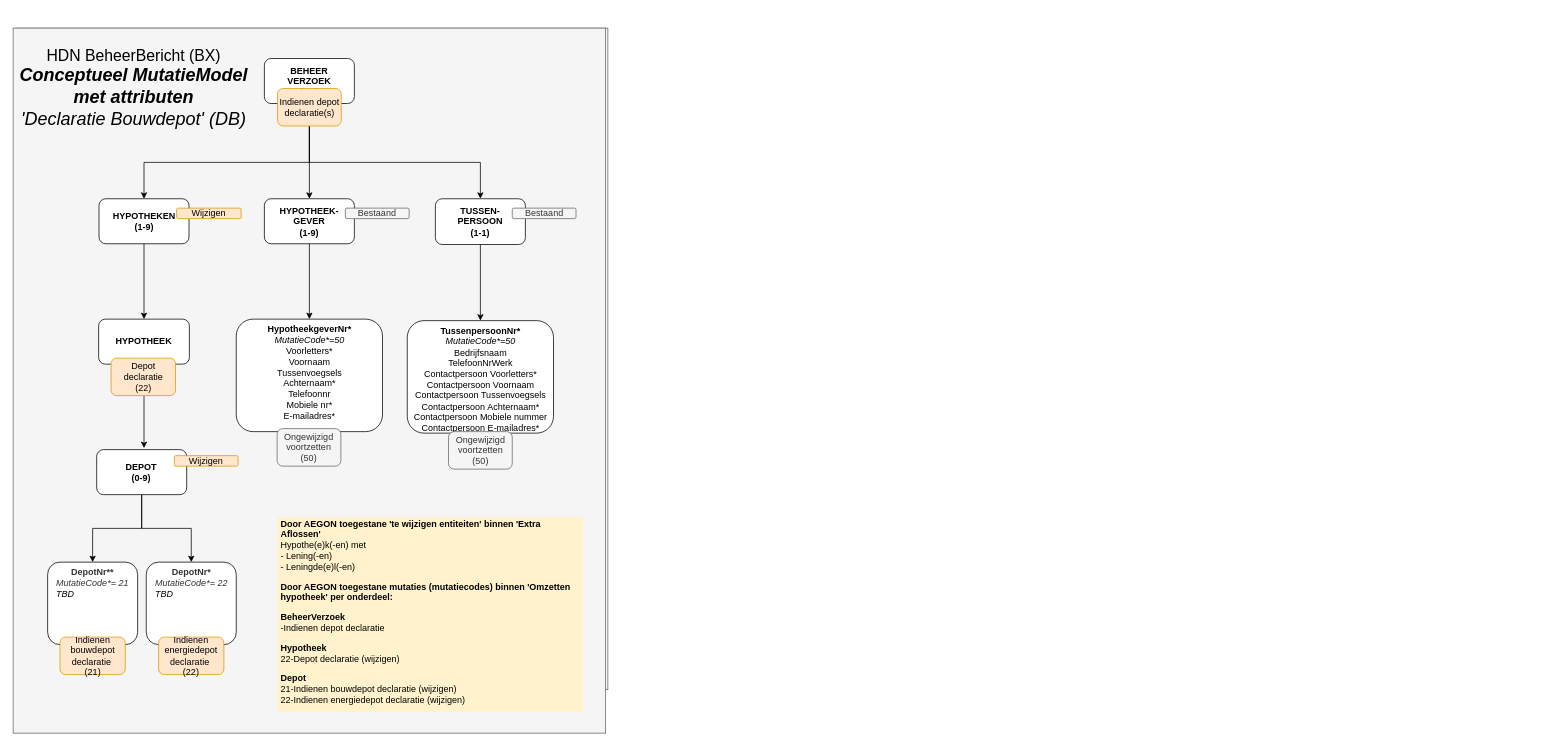
This is page "MutatieModel DB met attributen" (4 of 4) of HDN_BX_MM_BouwdepotDeclaratie.drawio from luchthandel/diagrams, a draw.io file, before an edit. Source tidied: cells renumbered, new cells numbered last; positions are measured from the earlier drawing's top-left corner, leaving out a move shared by most shapes. Both pictures are drawn from the tidied source at 75%, with x=0, y=0 at pixel (13, 28).
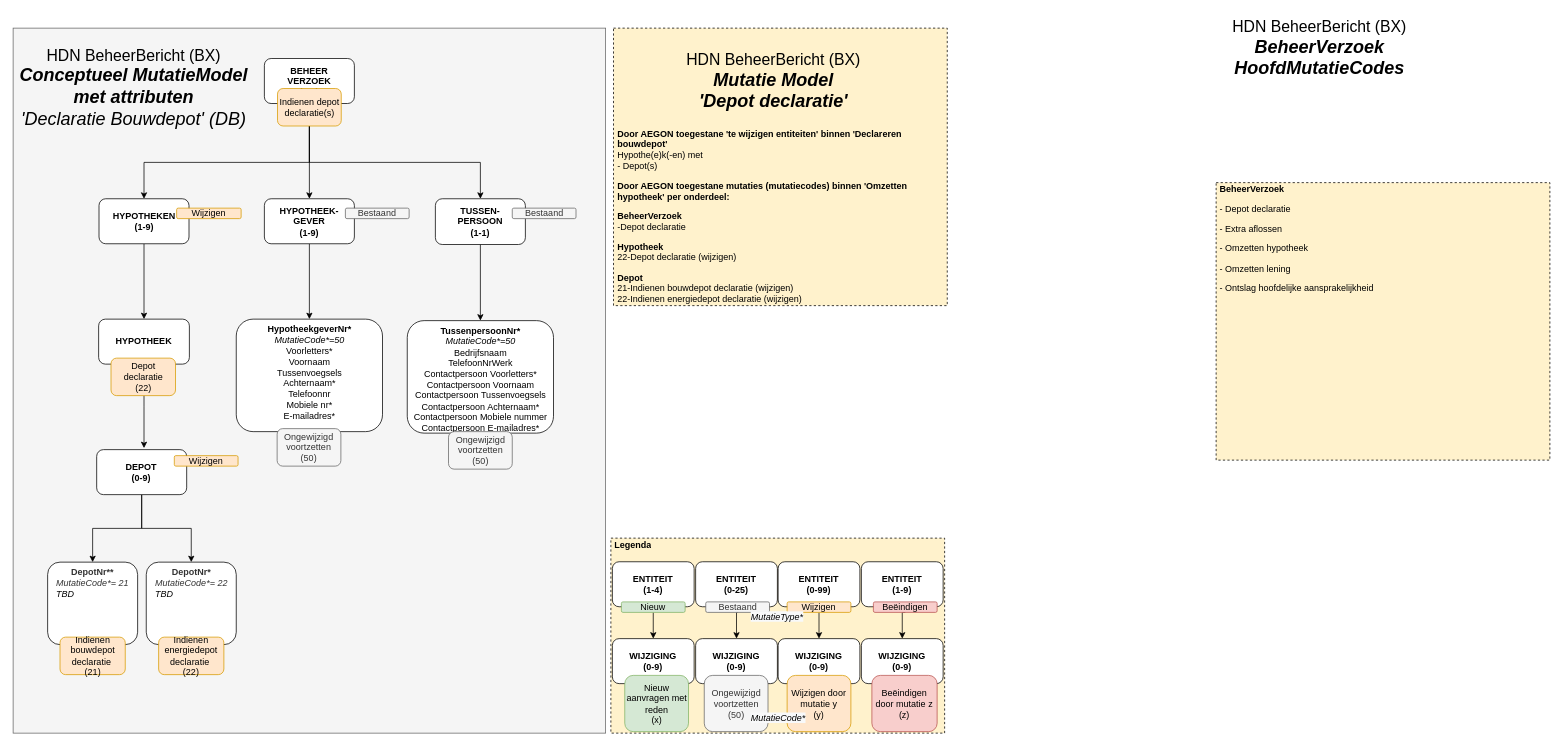
The same page after the edit.

Diff of the diagram source:
```diff
@@
-    <mxCell id="2" style="rounded=0;whiteSpace=wrap;html=1;fillColor=#f5f5f5;strokeColor=#666666;fontColor=#333333;labelBackgroundColor=none;" parent="1" vertex="1">
-      <mxGeometry x="3" width="790" height="882" as="geometry" />
-    </mxCell>
@@
-    <mxCell id="34" value="&lt;p&gt;&lt;b&gt;Door AEGON toegestane 'te wijzigen entiteiten' binnen 'Extra Aflossen'&lt;br&gt;&lt;/b&gt;Hypothe(e)k(-en) met&lt;br&gt;- Lening(-en)&lt;br&gt;- Leningde(e)l(-en)&lt;/p&gt;&lt;p&gt;&lt;b&gt;Door AEGON toegestane mutaties (mutatiecodes) binnen 'Omzetten hypotheek' per onderdeel:&lt;/b&gt;&lt;/p&gt;&lt;p&gt;&lt;b&gt;BeheerVerzoek&lt;br&gt;&lt;/b&gt;-Indienen depot declaratie&lt;/p&gt;&lt;p&gt;&lt;b&gt;Hypotheek&lt;br&gt;&lt;/b&gt;22-Depot declaratie (wijzigen)&lt;/p&gt;&lt;p&gt;&lt;b&gt;Depot&lt;br&gt;&lt;/b&gt;21-Indienen bouwdepot declaratie (wijzigen)&lt;br&gt;22-Indienen energiedepot declaratie (wijzigen)&lt;/p&gt;" style="text;html=1;fillColor=#fff2cc;spacing=5;spacingTop=-20;whiteSpace=wrap;overflow=hidden;rounded=0;verticalAlign=top;" parent="1" vertex="1">
-      <mxGeometry x="352" y="652" width="408" height="260" as="geometry" />
-    </mxCell>
@@
+    <mxCell id="36" value="&lt;p&gt;&lt;/p&gt;&lt;p&gt;&lt;b&gt;&lt;br&gt;&lt;/b&gt;&lt;/p&gt;&lt;p&gt;&lt;b&gt;&lt;br&gt;&lt;/b&gt;&lt;/p&gt;&lt;p&gt;&lt;b&gt;&lt;br&gt;&lt;/b&gt;&lt;/p&gt;&lt;p&gt;&lt;b&gt;&lt;br&gt;&lt;/b&gt;&lt;/p&gt;&lt;p&gt;&lt;b&gt;&lt;br&gt;&lt;/b&gt;&lt;/p&gt;&lt;p&gt;&lt;b&gt;Door AEGON toegestane 'te wijzigen entiteiten' binnen 'Declareren bouwdepot'&lt;br&gt;&lt;/b&gt;Hypothe(e)k(-en) met&lt;br&gt;- Depot(s)&lt;/p&gt;&lt;p&gt;&lt;b&gt;Door AEGON toegestane mutaties (mutatiecodes) binnen 'Omzetten hypotheek' per onderdeel:&lt;/b&gt;&lt;/p&gt;&lt;p&gt;&lt;b&gt;BeheerVerzoek&lt;br&gt;&lt;/b&gt;-Depot declaratie&lt;/p&gt;&lt;p&gt;&lt;b&gt;Hypotheek&lt;br&gt;&lt;/b&gt;22-Depot declaratie (wijzigen)&lt;/p&gt;&lt;p&gt;&lt;b&gt;Depot&lt;br&gt;&lt;/b&gt;21-Indienen bouwdepot declaratie (wijzigen)&lt;br&gt;22-Indienen energiedepot declaratie (wijzigen)&lt;/p&gt;&lt;p&gt;&lt;/p&gt;" style="text;html=1;fillColor=#fff2cc;spacing=5;spacingTop=-20;whiteSpace=wrap;overflow=hidden;rounded=0;align=left;fontSize=12;verticalAlign=top;strokeColor=#000000;dashed=1;" parent="1" vertex="1">
+      <mxGeometry x="800.5" width="445" height="370" as="geometry" />
+    </mxCell>
+    <mxCell id="37" value="&lt;font style=&quot;font-size: 21px&quot;&gt;HDN BeheerBericht (BX)&lt;br&gt;&lt;/font&gt;&lt;span style=&quot;font-size: 24px&quot;&gt;&lt;b&gt;&lt;i&gt;Mutatie Model&lt;br&gt;'Depot declaratie'&lt;br&gt;&lt;/i&gt;&lt;/b&gt;&lt;/span&gt;" style="text;html=1;strokeColor=none;fillColor=none;align=center;verticalAlign=middle;whiteSpace=wrap;rounded=0;" parent="1" vertex="1">
+      <mxGeometry x="845" y="24" width="338" height="93" as="geometry" />
+    </mxCell>
+    <mxCell id="38" value="&lt;p style=&quot;font-size: 12px&quot;&gt;&lt;b&gt;Legenda&lt;/b&gt;&lt;/p&gt;&lt;p&gt;&lt;/p&gt;" style="text;html=1;fillColor=#fff2cc;spacing=5;spacingTop=-20;whiteSpace=wrap;overflow=hidden;rounded=0;align=left;fontSize=12;verticalAlign=top;strokeColor=#000000;dashed=1;" parent="1" vertex="1">
+      <mxGeometry x="797" y="680" width="445" height="260" as="geometry" />
+    </mxCell>
+    <mxCell id="39" value="ENTITEIT&lt;br&gt;(1-4)" style="rounded=1;whiteSpace=wrap;html=1;fontStyle=1;" parent="1" vertex="1">
+      <mxGeometry x="799" y="711.5" width="109" height="60" as="geometry" />
+    </mxCell>
+    <mxCell id="40" style="edgeStyle=orthogonalEdgeStyle;rounded=0;jettySize=auto;html=1;exitX=0.5;exitY=1;exitDx=0;exitDy=0;entryX=0.5;entryY=0;entryDx=0;entryDy=0;" parent="1" edge="1" source="41" target="45">
+      <mxGeometry relative="1" as="geometry" />
+    </mxCell>
+    <mxCell id="41" value="&lt;span style=&quot;font-weight: 400&quot;&gt;Nieuw&lt;/span&gt;" style="rounded=1;whiteSpace=wrap;html=1;fontStyle=1;fillColor=#d5e8d4;strokeColor=#82b366;" parent="1" vertex="1">
+      <mxGeometry x="811" y="765" width="85" height="14" as="geometry" />
+    </mxCell>
+    <mxCell id="42" value="ENTITEIT&lt;br&gt;(0-25)" style="rounded=1;whiteSpace=wrap;html=1;fontStyle=1;" parent="1" vertex="1">
+      <mxGeometry x="910" y="711.5" width="109" height="60" as="geometry" />
+    </mxCell>
+    <mxCell id="43" value="ENTITEIT&lt;br&gt;(0-99)" style="rounded=1;whiteSpace=wrap;html=1;fontStyle=1;" parent="1" vertex="1">
+      <mxGeometry x="1020" y="711.5" width="109" height="60" as="geometry" />
+    </mxCell>
+    <mxCell id="44" value="ENTITEIT&lt;br&gt;(1-9)" style="rounded=1;whiteSpace=wrap;html=1;fontStyle=1;" parent="1" vertex="1">
+      <mxGeometry x="1131" y="711.5" width="109" height="60" as="geometry" />
+    </mxCell>
+    <mxCell id="45" value="WIJZIGING&lt;br&gt;(0-9)" style="rounded=1;whiteSpace=wrap;html=1;fontStyle=1;" parent="1" vertex="1">
+      <mxGeometry x="799" y="814" width="109" height="60" as="geometry" />
+    </mxCell>
+    <mxCell id="46" value="WIJZIGING&lt;br&gt;(0-9)" style="rounded=1;whiteSpace=wrap;html=1;fontStyle=1;" parent="1" vertex="1">
+      <mxGeometry x="910" y="814" width="109" height="60" as="geometry" />
+    </mxCell>
+    <mxCell id="47" value="WIJZIGING&lt;br&gt;(0-9)" style="rounded=1;whiteSpace=wrap;html=1;fontStyle=1;" parent="1" vertex="1">
+      <mxGeometry x="1020" y="814" width="109" height="60" as="geometry" />
+    </mxCell>
+    <mxCell id="48" value="WIJZIGING&lt;br&gt;(0-9)" style="rounded=1;whiteSpace=wrap;html=1;fontStyle=1;" parent="1" vertex="1">
+      <mxGeometry x="1131" y="814" width="109" height="60" as="geometry" />
+    </mxCell>
+    <mxCell id="49" value="&lt;span style=&quot;font-weight: 400&quot;&gt;Ongewijzigd&lt;br&gt;voortzetten&lt;br&gt;(50)&lt;br&gt;&lt;/span&gt;" style="rounded=1;whiteSpace=wrap;html=1;fontStyle=1;fillColor=#f5f5f5;strokeColor=#666666;fontColor=#333333;" parent="1" vertex="1">
+      <mxGeometry x="921.5" y="863" width="85" height="75" as="geometry" />
+    </mxCell>
+    <mxCell id="50" value="&lt;span style=&quot;font-weight: 400&quot;&gt;Nieuw aanvragen met reden &lt;br&gt;(x)&lt;br&gt;&lt;/span&gt;" style="rounded=1;whiteSpace=wrap;html=1;fontStyle=1;fillColor=#d5e8d4;strokeColor=#82b366;" parent="1" vertex="1">
+      <mxGeometry x="815.5" y="863" width="85" height="75" as="geometry" />
+    </mxCell>
+    <mxCell id="51" value="&lt;span style=&quot;font-weight: 400&quot;&gt;Beëindigen door mutatie z&lt;br&gt;&lt;/span&gt;&lt;span style=&quot;font-weight: 400&quot;&gt;(z)&lt;br&gt;&lt;/span&gt;" style="rounded=1;whiteSpace=wrap;html=1;fontStyle=1;fillColor=#f8cecc;strokeColor=#b85450;" parent="1" vertex="1">
+      <mxGeometry x="1145" y="863" width="87" height="75" as="geometry" />
+    </mxCell>
+    <mxCell id="52" value="&lt;span style=&quot;font-weight: 400&quot;&gt;Wijzigen door mutatie y&lt;br&gt;(y)&lt;br&gt;&lt;/span&gt;" style="rounded=1;whiteSpace=wrap;html=1;fontStyle=1;fillColor=#ffe6cc;strokeColor=#d79b00;" parent="1" vertex="1">
+      <mxGeometry x="1032" y="863" width="85" height="75" as="geometry" />
+    </mxCell>
+    <mxCell id="53" style="edgeStyle=orthogonalEdgeStyle;rounded=0;jettySize=auto;html=1;exitX=0.5;exitY=1;exitDx=0;exitDy=0;entryX=0.5;entryY=0;entryDx=0;entryDy=0;" parent="1" edge="1" source="54" target="46">
+      <mxGeometry relative="1" as="geometry" />
+    </mxCell>
+    <mxCell id="54" value="&lt;span style=&quot;font-weight: 400&quot;&gt;Bestaand&lt;/span&gt;" style="rounded=1;whiteSpace=wrap;html=1;fontStyle=1;fillColor=#f5f5f5;strokeColor=#666666;fontColor=#333333;" parent="1" vertex="1">
+      <mxGeometry x="923.5" y="765" width="85" height="14" as="geometry" />
+    </mxCell>
+    <mxCell id="55" style="edgeStyle=orthogonalEdgeStyle;rounded=0;jettySize=auto;html=1;exitX=0.5;exitY=1;exitDx=0;exitDy=0;entryX=0.5;entryY=0;entryDx=0;entryDy=0;" parent="1" edge="1" source="56" target="47">
+      <mxGeometry relative="1" as="geometry" />
+    </mxCell>
+    <mxCell id="56" value="&lt;span style=&quot;font-weight: 400&quot;&gt;Wijzigen&lt;/span&gt;" style="rounded=1;whiteSpace=wrap;html=1;fontStyle=1;fillColor=#ffe6cc;strokeColor=#d79b00;" parent="1" vertex="1">
+      <mxGeometry x="1032" y="765" width="85" height="14" as="geometry" />
+    </mxCell>
+    <mxCell id="57" style="edgeStyle=orthogonalEdgeStyle;rounded=0;jettySize=auto;html=1;exitX=0.5;exitY=1;exitDx=0;exitDy=0;entryX=0.5;entryY=0;entryDx=0;entryDy=0;" parent="1" edge="1" source="58" target="48">
+      <mxGeometry relative="1" as="geometry" />
+    </mxCell>
+    <mxCell id="58" value="&lt;span style=&quot;font-weight: 400&quot;&gt;Beëindigen&lt;/span&gt;" style="rounded=1;whiteSpace=wrap;html=1;fontStyle=1;fillColor=#f8cecc;strokeColor=#b85450;" parent="1" vertex="1">
+      <mxGeometry x="1147" y="765" width="85" height="14" as="geometry" />
+    </mxCell>
+    <mxCell id="59" value="&lt;i style=&quot;color: rgb(0 , 0 , 0) ; font-family: &amp;#34;helvetica&amp;#34; ; font-size: 12px ; font-weight: 400 ; letter-spacing: normal ; text-align: right ; text-indent: 0px ; text-transform: none ; word-spacing: 0px ; background-color: rgb(248 , 249 , 250)&quot;&gt;MutatieType*&lt;br&gt;&lt;/i&gt;" style="text;whiteSpace=wrap;html=1;fontColor=#808080;" parent="1" vertex="1">
+      <mxGeometry x="982" y="770.5" width="87" height="28" as="geometry" />
+    </mxCell>
+    <mxCell id="60" value="&lt;i style=&quot;color: rgb(0 , 0 , 0) ; font-family: &amp;#34;helvetica&amp;#34; ; font-size: 12px ; font-weight: 400 ; letter-spacing: normal ; text-align: right ; text-indent: 0px ; text-transform: none ; word-spacing: 0px ; background-color: rgb(248 , 249 , 250)&quot;&gt;MutatieCode*&lt;br&gt;&lt;/i&gt;" style="text;whiteSpace=wrap;html=1;fontColor=#808080;" parent="1" vertex="1">
+      <mxGeometry x="982" y="906" width="87" height="28" as="geometry" />
+    </mxCell>
+    <mxCell id="61" value="&lt;p&gt;&lt;/p&gt;&lt;p&gt;&lt;b&gt;BeheerVerzoek&lt;/b&gt;&lt;br&gt;&lt;/p&gt;&lt;p&gt;- Depot declaratie&lt;/p&gt;&lt;p&gt;- Extra aflossen&lt;/p&gt;&lt;p&gt;- Omzetten hypotheek&lt;/p&gt;&lt;p&gt;- Omzetten lening&lt;/p&gt;&lt;p&gt;- Ontslag hoofdelijke aansprakelijkheid&lt;/p&gt;&lt;p&gt;&lt;/p&gt;" style="text;html=1;fillColor=#fff2cc;spacing=5;spacingTop=-20;whiteSpace=wrap;overflow=hidden;rounded=0;align=left;fontSize=12;verticalAlign=top;strokeColor=#000000;dashed=1;" parent="1" vertex="1">
+      <mxGeometry x="1604" y="206" width="445" height="370" as="geometry" />
+    </mxCell>
+    <mxCell id="62" value="&lt;font style=&quot;font-size: 21px&quot;&gt;HDN BeheerBericht (BX)&lt;br&gt;&lt;/font&gt;&lt;span style=&quot;font-size: 24px&quot;&gt;&lt;b&gt;&lt;i&gt;BeheerVerzoek&lt;br&gt;HoofdMutatieCodes&lt;br&gt;&lt;/i&gt;&lt;/b&gt;&lt;/span&gt;" style="text;html=1;strokeColor=none;fillColor=none;align=center;verticalAlign=middle;whiteSpace=wrap;rounded=0;" parent="1" vertex="1">
+      <mxGeometry x="1573" y="-20" width="338" height="93" as="geometry" />
+    </mxCell>
```
